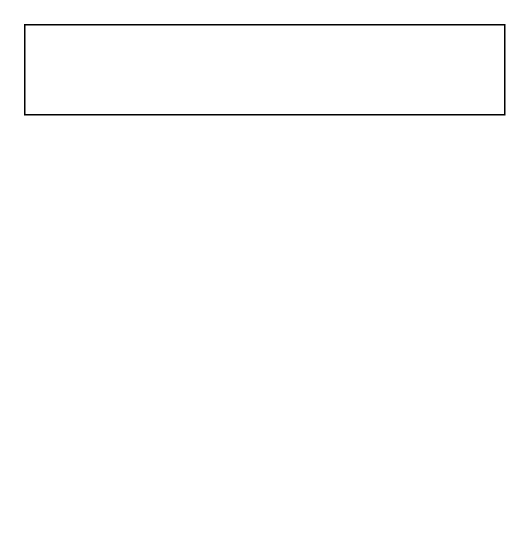
Above: Unbenanntes Diagramm.drawio in danmas221/Spring-Boot-Anwendung (draw.io), before the change. Source tidied: cells renumbered, new cells numbered last; positions are measured from the earlier drawing's top-left corner, leaving out a move shared by most shapes. Both pictures are drawn from the tidied source at 150%, with x=0, y=0 at pixel (24, 24).
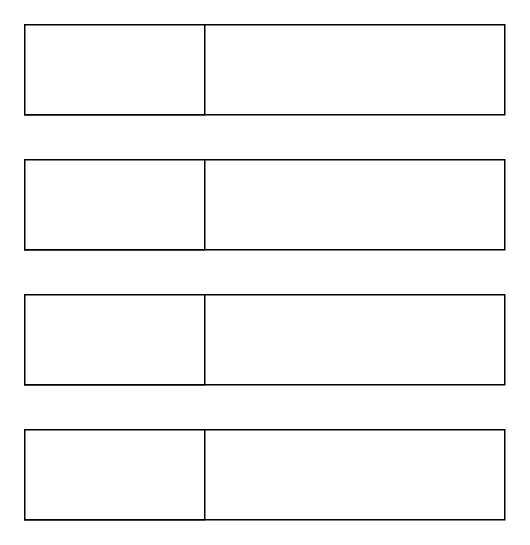
The same diagram, later.

The edit, as a diff of the source:
```diff
@@
 <mxGraphModel>
   <root>
     <mxCell id="0" />
     <mxCell id="1" parent="0" />
     <mxCell id="2" style="rounded=0;whiteSpace=wrap;html=1;" parent="1" vertex="1">
       <mxGeometry width="320" height="60" as="geometry" />
     </mxCell>
+    <mxCell id="3" style="rounded=0;whiteSpace=wrap;html=1;" parent="1" vertex="1">
+      <mxGeometry width="120" height="60" as="geometry" />
+    </mxCell>
+    <mxCell id="4" style="rounded=0;whiteSpace=wrap;html=1;" parent="1" vertex="1">
+      <mxGeometry y="90" width="320" height="60" as="geometry" />
+    </mxCell>
+    <mxCell id="5" style="rounded=0;whiteSpace=wrap;html=1;" parent="1" vertex="1">
+      <mxGeometry y="90" width="120" height="60" as="geometry" />
+    </mxCell>
+    <mxCell id="6" style="rounded=0;whiteSpace=wrap;html=1;" parent="1" vertex="1">
+      <mxGeometry y="180" width="320" height="60" as="geometry" />
+    </mxCell>
+    <mxCell id="7" style="rounded=0;whiteSpace=wrap;html=1;" parent="1" vertex="1">
+      <mxGeometry y="180" width="120" height="60" as="geometry" />
+    </mxCell>
+    <mxCell id="8" style="rounded=0;whiteSpace=wrap;html=1;" parent="1" vertex="1">
+      <mxGeometry y="270" width="320" height="60" as="geometry" />
+    </mxCell>
+    <mxCell id="9" style="rounded=0;whiteSpace=wrap;html=1;" parent="1" vertex="1">
+      <mxGeometry y="270" width="120" height="60" as="geometry" />
+    </mxCell>
   </root>
 </mxGraphModel>
```
